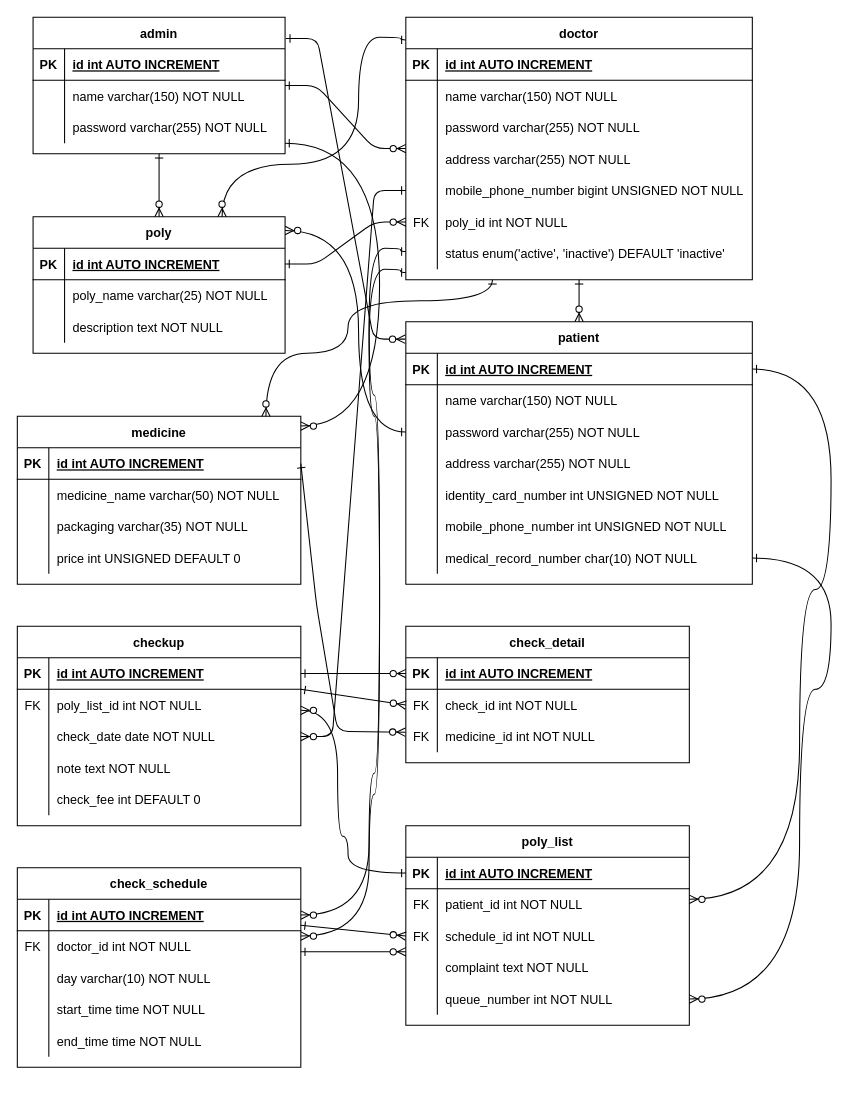
Earlier version of the draw.io diagram assets/diagram/Entity Relationship Diagram/Entity Relationship Diagram.drawio (dkpz15/polyclinic-app-bengkelkoding-bimbingankarir). Source tidied: cells renumbered, new cells numbered last; positions are measured from the earlier drawing's top-left corner, leaving out a move shared by most shapes. Both pictures are drawn from the tidied source at 105%, with x=0, y=0 at pixel (17, 17).
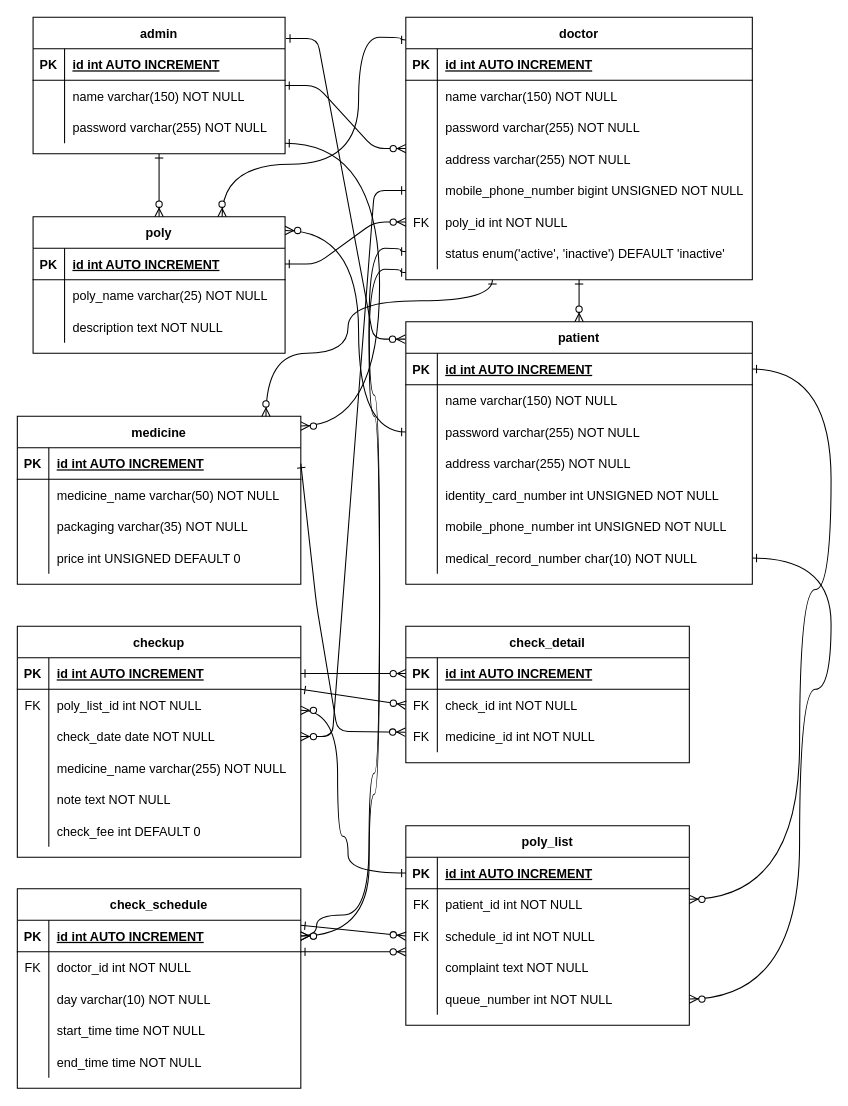
The same page after the edit.

The change refers to these unchanged cells:
```xml
<mxCell id="98" style="shape=partialRectangle;fillColor=none;top=0;left=0;right=0;bottom=0;" parent="88" vertex="1">
  <mxGeometry y="120" width="270" height="30" as="geometry" />
</mxCell>
<mxCell id="101" style="shape=partialRectangle;fillColor=none;top=0;left=0;right=0;bottom=0;" parent="88" vertex="1">
  <mxGeometry y="150" width="270" height="30" as="geometry" />
</mxCell>
<mxCell id="115" style="shape=partialRectangle;fillColor=none;points=[[0,0.5],[1,0.5]];portConstraint=eastwest;top=0;left=0;right=0;bottom=1;" parent="114" vertex="1">
  <mxGeometry y="30" width="270" height="30" as="geometry" />
</mxCell>
```

What changed in the source:
```diff
@@
     <mxCell id="88" value="checkup" style="shape=table;startSize=30;childLayout=tableLayout;rowLines=0;fontStyle=1;align=center;" parent="1" vertex="1">
-      <mxGeometry y="580" width="270" height="190" as="geometry" />
+      <mxGeometry y="580" width="270" height="220" as="geometry" />
     </mxCell>
@@
-    <mxCell id="100" value="note text NOT NULL" style="shape=partialRectangle;overflow=hidden;fillColor=none;top=0;left=0;bottom=0;right=0;align=left;spacingLeft=6;" parent="98" vertex="1">
+    <mxCell id="100" value="medicine_name varchar(255) NOT NULL" style="shape=partialRectangle;overflow=hidden;fillColor=none;top=0;left=0;bottom=0;right=0;align=left;spacingLeft=6;" parent="98" vertex="1">
       <mxGeometry x="30" width="240" height="30" as="geometry" />
     </mxCell>
@@
-    <mxCell id="103" value="check_fee int DEFAULT 0" style="shape=partialRectangle;overflow=hidden;fillColor=none;top=0;left=0;bottom=0;right=0;align=left;spacingLeft=6;" parent="101" vertex="1">
+    <mxCell id="103" value="note text NOT NULL" style="shape=partialRectangle;overflow=hidden;fillColor=none;top=0;left=0;bottom=0;right=0;align=left;spacingLeft=6;" parent="101" vertex="1">
       <mxGeometry x="30" width="240" height="30" as="geometry" />
     </mxCell>
+    <mxCell id="157" style="shape=partialRectangle;fillColor=none;top=0;left=0;right=0;bottom=0;" parent="88" vertex="1">
+      <mxGeometry y="180" width="270" height="30" as="geometry" />
+    </mxCell>
+    <mxCell id="158" style="shape=partialRectangle;overflow=hidden;fillColor=none;top=0;left=0;bottom=0;right=0;" parent="157" vertex="1">
+      <mxGeometry width="30" height="30" as="geometry" />
+    </mxCell>
+    <mxCell id="159" value="check_fee int DEFAULT 0" style="shape=partialRectangle;overflow=hidden;fillColor=none;top=0;left=0;bottom=0;right=0;align=left;spacingLeft=6;" parent="157" vertex="1">
+      <mxGeometry x="30" width="240" height="30" as="geometry" />
+    </mxCell>
@@
     <mxCell id="114" value="check_schedule" style="shape=table;startSize=30;childLayout=tableLayout;rowLines=0;fontStyle=1;align=center;" parent="1" vertex="1">
-      <mxGeometry y="810" width="270" height="190" as="geometry" />
+      <mxGeometry y="830" width="270" height="190" as="geometry" />
     </mxCell>
@@
     <mxCell id="148" style="edgeStyle=orthogonalEdgeStyle;endArrow=ERzeroToMany;startArrow=ERone;endFill=1;startFill=0;curved=1;exitX=0;exitY=0.086;exitDx=0;exitDy=0;exitPerimeter=0;entryX=1;entryY=0.5;entryDx=0;entryDy=0;" parent="1" edge="1" target="115">
       <mxGeometry relative="1" as="geometry">
         <mxPoint x="370" y="223" as="sourcePoint" />
         <Array as="points">
           <mxPoint x="365" y="223" />
           <mxPoint x="365" y="220" />
           <mxPoint x="335" y="220" />
           <mxPoint x="335" y="360" />
           <mxPoint x="345" y="360" />
           <mxPoint x="345" y="720" />
           <mxPoint x="335" y="720" />
           <mxPoint x="335" y="855" />
+          <mxPoint x="285" y="855" />
+          <mxPoint x="285" y="875" />
         </Array>
       </mxGeometry>
     </mxCell>
```
